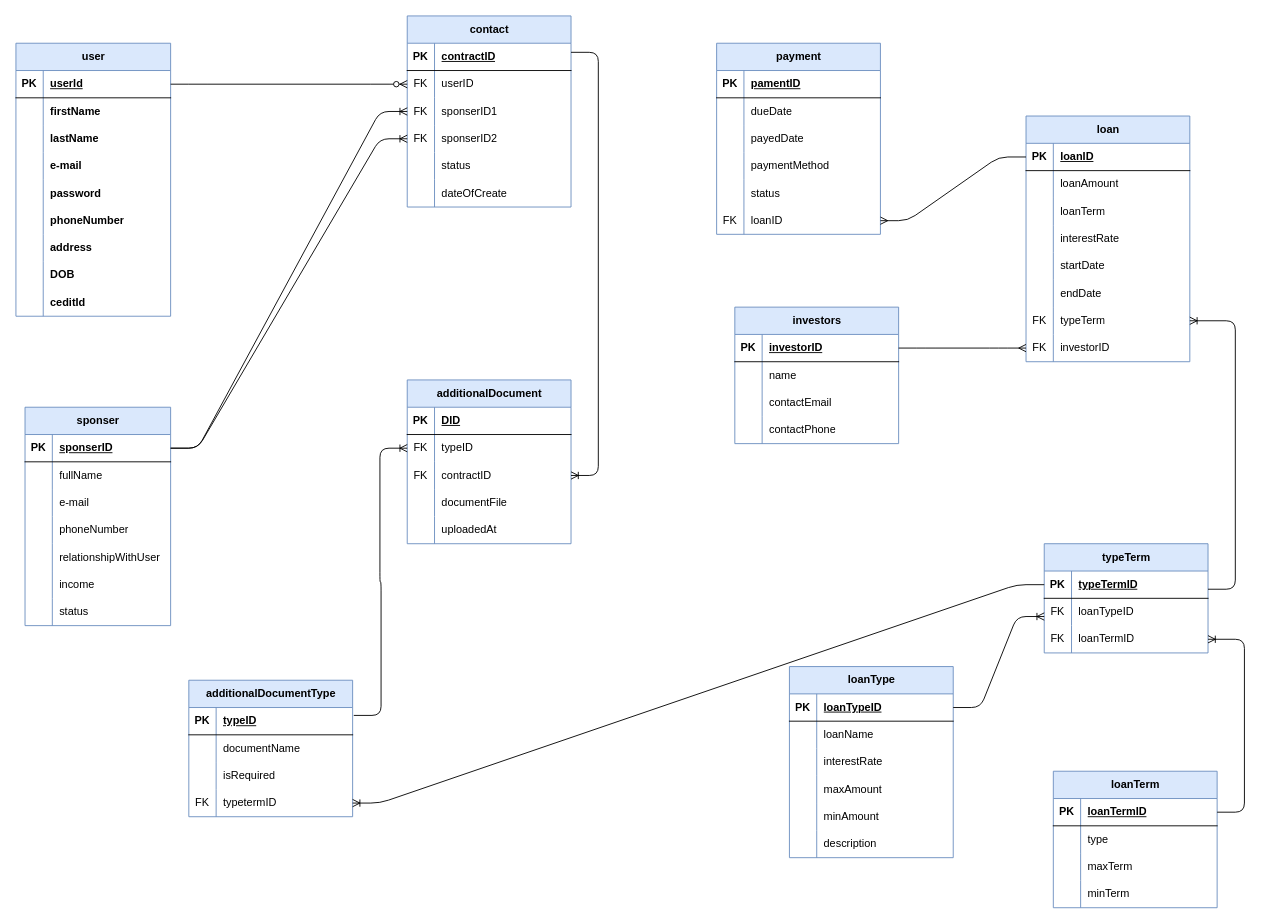
hevahasan22/smart-fund keeps this draw.io diagram as erd.drawio. Above is the earlier version. Source tidied: cells renumbered, new cells numbered last; positions are measured from the earlier drawing's top-left corner, leaving out a move shared by most shapes. Both pictures are drawn from the tidied source at 91%, with x=0, y=0 at pixel (15, 15).
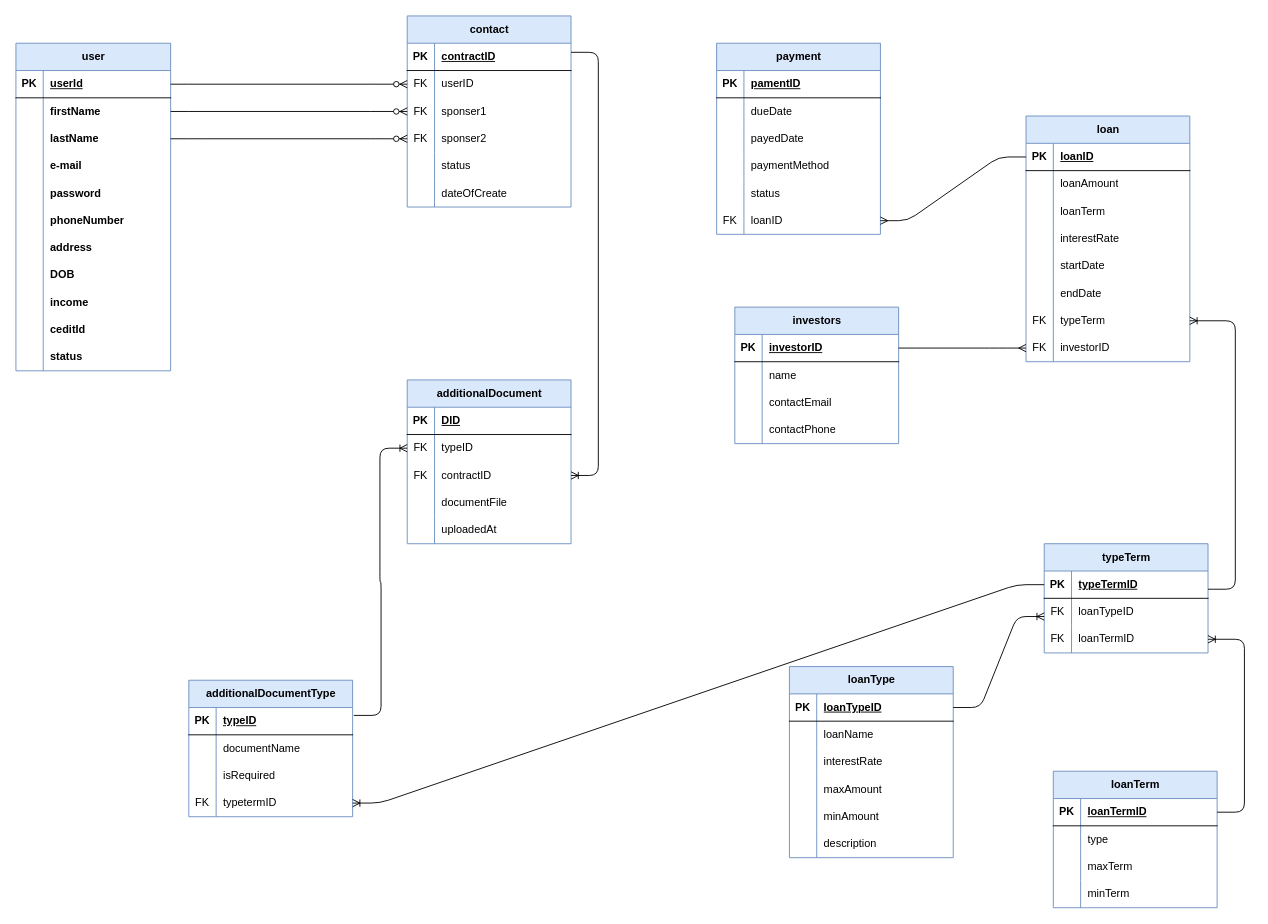
The same page after the edit.

Unchanged cells that the change refers to:
```xml
<mxCell id="6" style="shape=tableRow;horizontal=0;startSize=0;swimlaneHead=0;swimlaneBody=0;fillColor=none;points=[[0,0.5],[1,0.5]];portConstraint=eastwest;top=0;left=0;right=0;bottom=0;" parent="2" vertex="1">
  <mxGeometry y="60" width="170" height="30" as="geometry" />
</mxCell>
<mxCell id="9" style="shape=tableRow;horizontal=0;startSize=0;swimlaneHead=0;swimlaneBody=0;fillColor=none;points=[[0,0.5],[1,0.5]];portConstraint=eastwest;top=0;left=0;right=0;bottom=0;" parent="2" vertex="1">
  <mxGeometry y="90" width="170" height="30" as="geometry" />
</mxCell>
<mxCell id="27" style="shape=tableRow;horizontal=0;startSize=0;swimlaneHead=0;swimlaneBody=0;fillColor=none;top=0;left=0;right=0;bottom=0;" parent="2" vertex="1">
  <mxGeometry y="270" width="170" height="30" as="geometry" />
</mxCell>
<mxCell id="148" style="shape=tableRow;horizontal=0;startSize=0;swimlaneHead=0;swimlaneBody=0;fillColor=none;points=[[0,0.5],[1,0.5]];portConstraint=eastwest;top=0;left=0;right=0;bottom=0;" parent="141" vertex="1">
  <mxGeometry y="90" width="180" height="30" as="geometry" />
</mxCell>
<mxCell id="151" style="shape=tableRow;horizontal=0;startSize=0;swimlaneHead=0;swimlaneBody=0;fillColor=none;points=[[0,0.5],[1,0.5]];portConstraint=eastwest;top=0;left=0;right=0;bottom=0;" parent="141" vertex="1">
  <mxGeometry y="120" width="180" height="30" as="geometry" />
</mxCell>
```

Diff of the diagram source:
```diff
@@
     <mxCell id="2" value="user" style="shape=table;startSize=30;childLayout=tableLayout;rowLines=0;fontStyle=1;align=center;html=1;fillColor=#dae8fc;strokeColor=#6c8ebf;" parent="1" vertex="1">
-      <mxGeometry y="30" width="170" height="300" as="geometry" />
+      <mxGeometry y="30" width="170" height="360" as="geometry" />
     </mxCell>
@@
-    <mxCell id="29" value="&lt;b&gt;ceditId&lt;/b&gt;" style="shape=partialRectangle;fillColor=none;top=0;left=0;bottom=0;right=0;align=left;spacingLeft=6;overflow=hidden;whiteSpace=wrap;html=1;" parent="27" vertex="1">
+    <mxCell id="29" value="&lt;b&gt;income&lt;/b&gt;" style="shape=partialRectangle;fillColor=none;top=0;left=0;bottom=0;right=0;align=left;spacingLeft=6;overflow=hidden;whiteSpace=wrap;html=1;" parent="27" vertex="1">
       <mxGeometry x="30" width="140" height="30" as="geometry" />
     </mxCell>
-    <mxCell id="30" value="sponser" style="shape=table;startSize=30;childLayout=tableLayout;rowLines=0;fontStyle=1;align=center;html=1;fillColor=#dae8fc;strokeColor=#6c8ebf;" parent="1" vertex="1">
-      <mxGeometry x="10" y="430" width="160" height="240" as="geometry" />
-    </mxCell>
-    <mxCell id="31" style="shape=tableRow;horizontal=0;startSize=0;swimlaneHead=0;swimlaneBody=0;fillColor=none;points=[[0,0.5],[1,0.5]];portConstraint=eastwest;top=0;left=0;right=0;bottom=1;" parent="30" vertex="1">
-      <mxGeometry y="30" width="160" height="30" as="geometry" />
-    </mxCell>
-    <mxCell id="32" value="PK" style="shape=partialRectangle;fillColor=none;top=0;left=0;bottom=0;right=0;fontStyle=1;overflow=hidden;whiteSpace=wrap;html=1;" parent="31" vertex="1">
-      <mxGeometry width="30" height="30" as="geometry" />
-    </mxCell>
-    <mxCell id="33" value="sponserID" style="shape=partialRectangle;fillColor=none;top=0;left=0;bottom=0;right=0;align=left;spacingLeft=6;fontStyle=5;overflow=hidden;whiteSpace=wrap;html=1;" parent="31" vertex="1">
-      <mxGeometry x="30" width="130" height="30" as="geometry" />
-    </mxCell>
-    <mxCell id="34" style="shape=tableRow;horizontal=0;startSize=0;swimlaneHead=0;swimlaneBody=0;fillColor=none;top=0;left=0;right=0;bottom=0;" parent="30" vertex="1">
-      <mxGeometry y="60" width="160" height="30" as="geometry" />
-    </mxCell>
-    <mxCell id="35" style="shape=partialRectangle;fillColor=none;top=0;left=0;bottom=0;right=0;overflow=hidden;whiteSpace=wrap;html=1;" parent="34" vertex="1">
-      <mxGeometry width="30" height="30" as="geometry" />
-    </mxCell>
-    <mxCell id="36" value="fullName" style="shape=partialRectangle;fillColor=none;top=0;left=0;bottom=0;right=0;align=left;spacingLeft=6;overflow=hidden;whiteSpace=wrap;html=1;" parent="34" vertex="1">
-      <mxGeometry x="30" width="130" height="30" as="geometry" />
-    </mxCell>
-    <mxCell id="37" style="shape=tableRow;horizontal=0;startSize=0;swimlaneHead=0;swimlaneBody=0;fillColor=none;top=0;left=0;right=0;bottom=0;" parent="30" vertex="1">
-      <mxGeometry y="90" width="160" height="30" as="geometry" />
-    </mxCell>
-    <mxCell id="38" style="shape=partialRectangle;fillColor=none;top=0;left=0;bottom=0;right=0;overflow=hidden;whiteSpace=wrap;html=1;" parent="37" vertex="1">
-      <mxGeometry width="30" height="30" as="geometry" />
-    </mxCell>
-    <mxCell id="39" value="e-mail" style="shape=partialRectangle;fillColor=none;top=0;left=0;bottom=0;right=0;align=left;spacingLeft=6;overflow=hidden;whiteSpace=wrap;html=1;" parent="37" vertex="1">
-      <mxGeometry x="30" width="130" height="30" as="geometry" />
-    </mxCell>
-    <mxCell id="40" style="shape=tableRow;horizontal=0;startSize=0;swimlaneHead=0;swimlaneBody=0;fillColor=none;top=0;left=0;right=0;bottom=0;" parent="30" vertex="1">
-      <mxGeometry y="120" width="160" height="30" as="geometry" />
-    </mxCell>
-    <mxCell id="41" style="shape=partialRectangle;fillColor=none;top=0;left=0;bottom=0;right=0;overflow=hidden;whiteSpace=wrap;html=1;" parent="40" vertex="1">
-      <mxGeometry width="30" height="30" as="geometry" />
-    </mxCell>
-    <mxCell id="42" value="phoneNumber" style="shape=partialRectangle;fillColor=none;top=0;left=0;bottom=0;right=0;align=left;spacingLeft=6;overflow=hidden;whiteSpace=wrap;html=1;" parent="40" vertex="1">
-      <mxGeometry x="30" width="130" height="30" as="geometry" />
-    </mxCell>
-    <mxCell id="43" style="shape=tableRow;horizontal=0;startSize=0;swimlaneHead=0;swimlaneBody=0;fillColor=none;top=0;left=0;right=0;bottom=0;" parent="30" vertex="1">
-      <mxGeometry y="150" width="160" height="30" as="geometry" />
-    </mxCell>
-    <mxCell id="44" style="shape=partialRectangle;fillColor=none;top=0;left=0;bottom=0;right=0;overflow=hidden;whiteSpace=wrap;html=1;" parent="43" vertex="1">
-      <mxGeometry width="30" height="30" as="geometry" />
-    </mxCell>
-    <mxCell id="45" value="relationshipWithUser" style="shape=partialRectangle;fillColor=none;top=0;left=0;bottom=0;right=0;align=left;spacingLeft=6;overflow=hidden;whiteSpace=wrap;html=1;" parent="43" vertex="1">
-      <mxGeometry x="30" width="130" height="30" as="geometry" />
-    </mxCell>
-    <mxCell id="46" style="shape=tableRow;horizontal=0;startSize=0;swimlaneHead=0;swimlaneBody=0;fillColor=none;top=0;left=0;right=0;bottom=0;" parent="30" vertex="1">
-      <mxGeometry y="180" width="160" height="30" as="geometry" />
-    </mxCell>
-    <mxCell id="47" style="shape=partialRectangle;fillColor=none;top=0;left=0;bottom=0;right=0;overflow=hidden;whiteSpace=wrap;html=1;" parent="46" vertex="1">
-      <mxGeometry width="30" height="30" as="geometry" />
-    </mxCell>
-    <mxCell id="48" value="income" style="shape=partialRectangle;fillColor=none;top=0;left=0;bottom=0;right=0;align=left;spacingLeft=6;overflow=hidden;whiteSpace=wrap;html=1;" parent="46" vertex="1">
-      <mxGeometry x="30" width="130" height="30" as="geometry" />
-    </mxCell>
-    <mxCell id="49" style="shape=tableRow;horizontal=0;startSize=0;swimlaneHead=0;swimlaneBody=0;fillColor=none;top=0;left=0;right=0;bottom=0;" parent="30" vertex="1">
-      <mxGeometry y="210" width="160" height="30" as="geometry" />
-    </mxCell>
-    <mxCell id="50" style="shape=partialRectangle;fillColor=none;top=0;left=0;bottom=0;right=0;overflow=hidden;whiteSpace=wrap;html=1;" parent="49" vertex="1">
-      <mxGeometry width="30" height="30" as="geometry" />
-    </mxCell>
+    <mxCell id="210" style="shape=tableRow;horizontal=0;startSize=0;swimlaneHead=0;swimlaneBody=0;fillColor=none;top=0;left=0;right=0;bottom=0;" parent="2" vertex="1">
+      <mxGeometry y="300" width="170" height="30" as="geometry" />
+    </mxCell>
+    <mxCell id="211" style="shape=partialRectangle;fillColor=none;top=0;left=0;bottom=0;right=0;overflow=hidden;whiteSpace=wrap;html=1;" parent="210" vertex="1">
+      <mxGeometry width="30" height="30" as="geometry" />
+    </mxCell>
+    <mxCell id="212" value="&lt;b&gt;ceditId&lt;/b&gt;" style="shape=partialRectangle;fillColor=none;top=0;left=0;bottom=0;right=0;align=left;spacingLeft=6;overflow=hidden;whiteSpace=wrap;html=1;" parent="210" vertex="1">
+      <mxGeometry x="30" width="140" height="30" as="geometry" />
+    </mxCell>
+    <mxCell id="213" style="shape=tableRow;horizontal=0;startSize=0;swimlaneHead=0;swimlaneBody=0;fillColor=none;top=0;left=0;right=0;bottom=0;" parent="2" vertex="1">
+      <mxGeometry y="330" width="170" height="30" as="geometry" />
+    </mxCell>
+    <mxCell id="214" style="shape=partialRectangle;fillColor=none;top=0;left=0;bottom=0;right=0;overflow=hidden;whiteSpace=wrap;html=1;" parent="213" vertex="1">
+      <mxGeometry width="30" height="30" as="geometry" />
+    </mxCell>
-    <mxCell id="51" value="status" style="shape=partialRectangle;fillColor=none;top=0;left=0;bottom=0;right=0;align=left;spacingLeft=6;overflow=hidden;whiteSpace=wrap;html=1;" parent="49" vertex="1">
-      <mxGeometry x="30" width="130" height="30" as="geometry" />
+    <mxCell id="51" value="&lt;b&gt;status&lt;/b&gt;" style="shape=partialRectangle;fillColor=none;top=0;left=0;bottom=0;right=0;align=left;spacingLeft=6;overflow=hidden;whiteSpace=wrap;html=1;" parent="213" vertex="1">
+      <mxGeometry x="30" width="140" height="30" as="geometry" />
     </mxCell>
@@
-    <mxCell id="150" value="sponserID1" style="shape=partialRectangle;fillColor=none;top=0;left=0;bottom=0;right=0;align=left;spacingLeft=6;overflow=hidden;whiteSpace=wrap;html=1;" parent="148" vertex="1">
+    <mxCell id="150" value="sponser1" style="shape=partialRectangle;fillColor=none;top=0;left=0;bottom=0;right=0;align=left;spacingLeft=6;overflow=hidden;whiteSpace=wrap;html=1;" parent="148" vertex="1">
       <mxGeometry x="30" width="150" height="30" as="geometry" />
     </mxCell>
@@
-    <mxCell id="153" value="sponserID2" style="shape=partialRectangle;fillColor=none;top=0;left=0;bottom=0;right=0;align=left;spacingLeft=6;overflow=hidden;whiteSpace=wrap;html=1;" parent="151" vertex="1">
+    <mxCell id="153" value="sponser2" style="shape=partialRectangle;fillColor=none;top=0;left=0;bottom=0;right=0;align=left;spacingLeft=6;overflow=hidden;whiteSpace=wrap;html=1;" parent="151" vertex="1">
       <mxGeometry x="30" width="150" height="30" as="geometry" />
     </mxCell>
@@
-    <mxCell id="174" style="edgeStyle=entityRelationEdgeStyle;fontSize=12;html=1;endArrow=ERoneToMany;entryX=0;entryY=0.5;entryDx=0;entryDy=0;exitX=1;exitY=0.5;exitDx=0;exitDy=0;" parent="1" edge="1" source="31" target="148">
-      <mxGeometry relative="1" as="geometry">
-        <Array as="points">
-          <mxPoint x="180" y="480" />
-          <mxPoint x="170" y="430" />
-          <mxPoint x="210" y="470" />
-        </Array>
-      </mxGeometry>
-    </mxCell>
-    <mxCell id="175" style="edgeStyle=entityRelationEdgeStyle;fontSize=12;html=1;endArrow=ERoneToMany;entryX=0;entryY=0.5;entryDx=0;entryDy=0;exitX=1;exitY=0.5;exitDx=0;exitDy=0;" parent="1" edge="1" source="31" target="151">
-      <mxGeometry relative="1" as="geometry">
-        <Array as="points">
-          <mxPoint x="192" y="485" />
-          <mxPoint x="170" y="470" />
-          <mxPoint x="180" y="511" />
-          <mxPoint x="170" y="461" />
-          <mxPoint x="400" y="246" />
-          <mxPoint x="210" y="501" />
-        </Array>
-      </mxGeometry>
-    </mxCell>
@@
+    <mxCell id="215" style="edgeStyle=entityRelationEdgeStyle;fontSize=12;html=1;endArrow=ERzeroToMany;endFill=1;entryX=0;entryY=0.5;entryDx=0;entryDy=0;exitX=1;exitY=0.5;exitDx=0;exitDy=0;" parent="1" edge="1" source="6" target="148">
+      <mxGeometry relative="1" as="geometry">
+        <Array as="points">
+          <mxPoint x="390" y="230" />
+        </Array>
+      </mxGeometry>
+    </mxCell>
+    <mxCell id="216" style="edgeStyle=entityRelationEdgeStyle;fontSize=12;html=1;endArrow=ERzeroToMany;endFill=1;entryX=0;entryY=0.5;entryDx=0;entryDy=0;exitX=1;exitY=0.5;exitDx=0;exitDy=0;" parent="1" edge="1" source="9" target="151">
+      <mxGeometry relative="1" as="geometry">
+        <Array as="points">
+          <mxPoint x="400" y="240" />
+        </Array>
+      </mxGeometry>
+    </mxCell>
```
